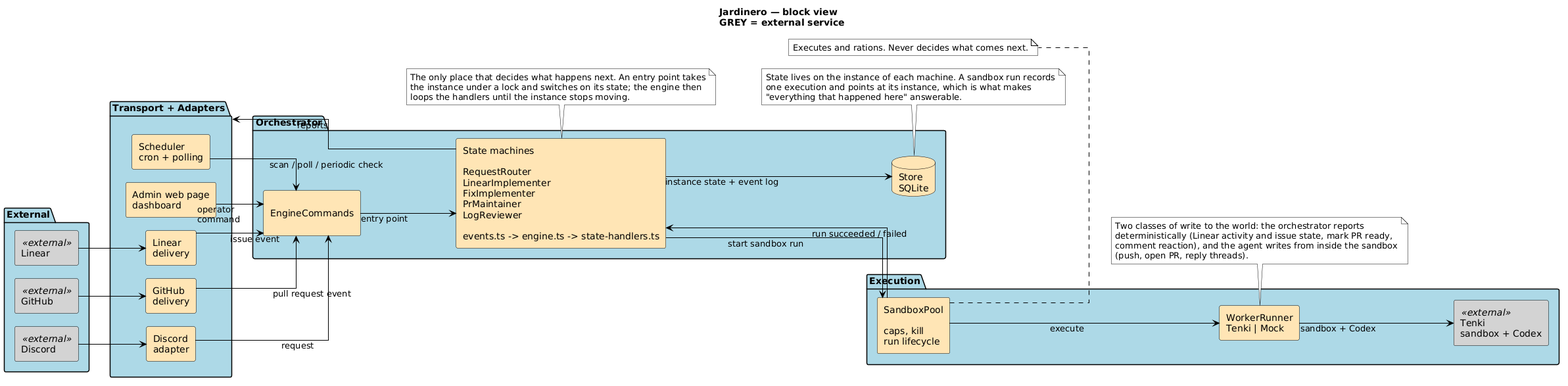
The PlantUML diagram docs/workflow-engine/architecture.png in LuxorLabs/jardinero, before a commit. The source it was exported from:
```plantuml
@startuml
title Jardinero — block view\nGREY = external service

left to right direction
skinparam componentStyle rectangle
skinparam defaultTextAlignment left
skinparam linetype ortho
skinparam nodesep 20
skinparam ranksep 70
skinparam ArrowColor Black
skinparam NoteBackgroundColor White
skinparam NoteBorderColor Black
skinparam package {
  BackgroundColor LightBlue
}
skinparam component {
  BackgroundColor Moccasin
  BackgroundColor<<external>> LightGray
  BorderColor Black
}
skinparam database {
  BackgroundColor Moccasin
  BorderColor Black
}

package "External" as EXT {
  component "Discord" as DiscordX <<external>>
  component "GitHub" as GitHubX <<external>>
  component "Linear" as LinearX <<external>>
}

package "Transport + Adapters" as ADP {
  component "Discord\nadapter" as DA
  component "GitHub\ndelivery" as GA
  component "Linear\ndelivery" as LA
  component "Admin web page\ndashboard" as OA
  component "Scheduler\ncron + polling" as SCH
}

package "Orchestrator" as CORE {
  component "\nEngineCommands\n" as EC
  component "State machines\n\nRequestRouter\nLinearImplementer\nFixImplementer\nPrMaintainer\nLogReviewer\n\nevents.ts -> engine.ts -> state-handlers.ts" as MC
  database "Store\nSQLite" as ST
}

package "Execution" as EXE {
  component "SandboxPool\n\ncaps, kill\nrun lifecycle" as SP
  component "WorkerRunner\nTenki | Mock" as RUN
  component "Tenki\nsandbox + Codex" as TenkiX <<external>>
}

DiscordX --> DA
GitHubX --> GA
LinearX --> LA
DA --> EC : request
GA --> EC : pull request event
LA --> EC : issue event
OA --> EC : operator\ncommand
SCH --> EC : scan / poll / periodic check

EC --> MC : entry point
MC --> ST : instance state + event log

MC --> SP : start sandbox run
SP --> RUN : execute
RUN --> TenkiX : sandbox + Codex
SP --> MC : run succeeded / failed

MC --> ADP : reports

note bottom of MC
  The only place that decides what happens next. An entry point takes
  the instance under a lock and switches on its state; the engine then
  loops the handlers until the instance stops moving.
end note

note bottom of ST
  State lives on the instance of each machine. A sandbox run records
  one execution and points at its instance, which is what makes
  "everything that happened here" answerable.
end note

note bottom of SP
  Executes and rations. Never decides what comes next.
end note

note bottom of RUN
  Two classes of write to the world: the orchestrator reports
  deterministically (Linear activity and issue state, mark PR ready,
  comment reaction), and the agent writes from inside the sandbox
  (push, open PR, reply threads).
end note
@enduml
```
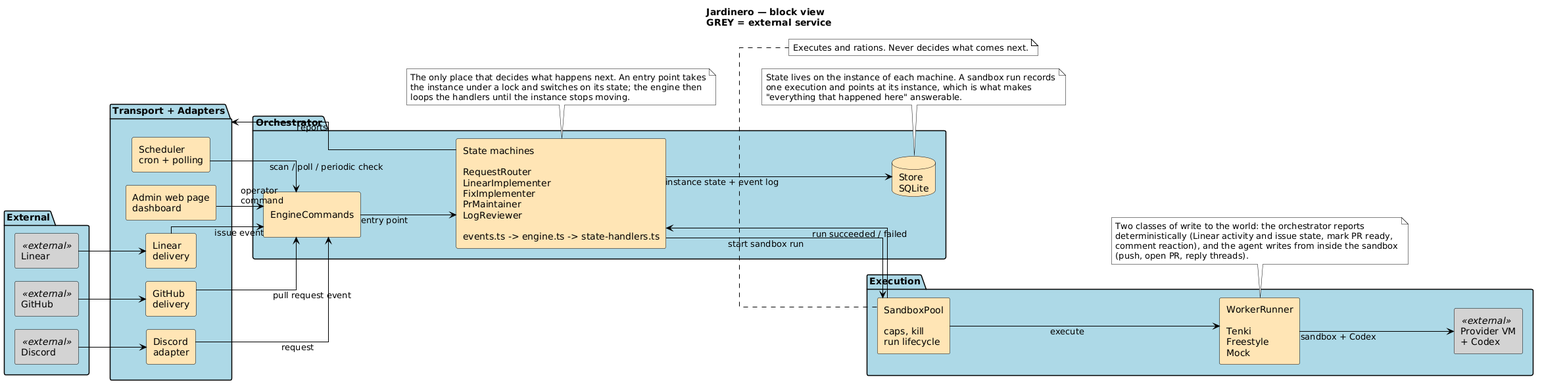
The same file after the commit.

What changed in the source:
```diff
@@ -45,8 +45,8 @@
 
 package "Execution" as EXE {
   component "SandboxPool\n\ncaps, kill\nrun lifecycle" as SP
-  component "WorkerRunner\nTenki | Mock" as RUN
-  component "Tenki\nsandbox + Codex" as TenkiX <<external>>
+  component "WorkerRunner\n\nTenki\nFreestyle\nMock" as RUN
+  component "Provider VM\n+ Codex" as SandboxX <<external>>
 }
 
 DiscordX --> DA
@@ -63,7 +63,7 @@
 
 MC --> SP : start sandbox run
 SP --> RUN : execute
-RUN --> TenkiX : sandbox + Codex
+RUN --> SandboxX : sandbox + Codex
 SP --> MC : run succeeded / failed
 
 MC --> ADP : reports
```
